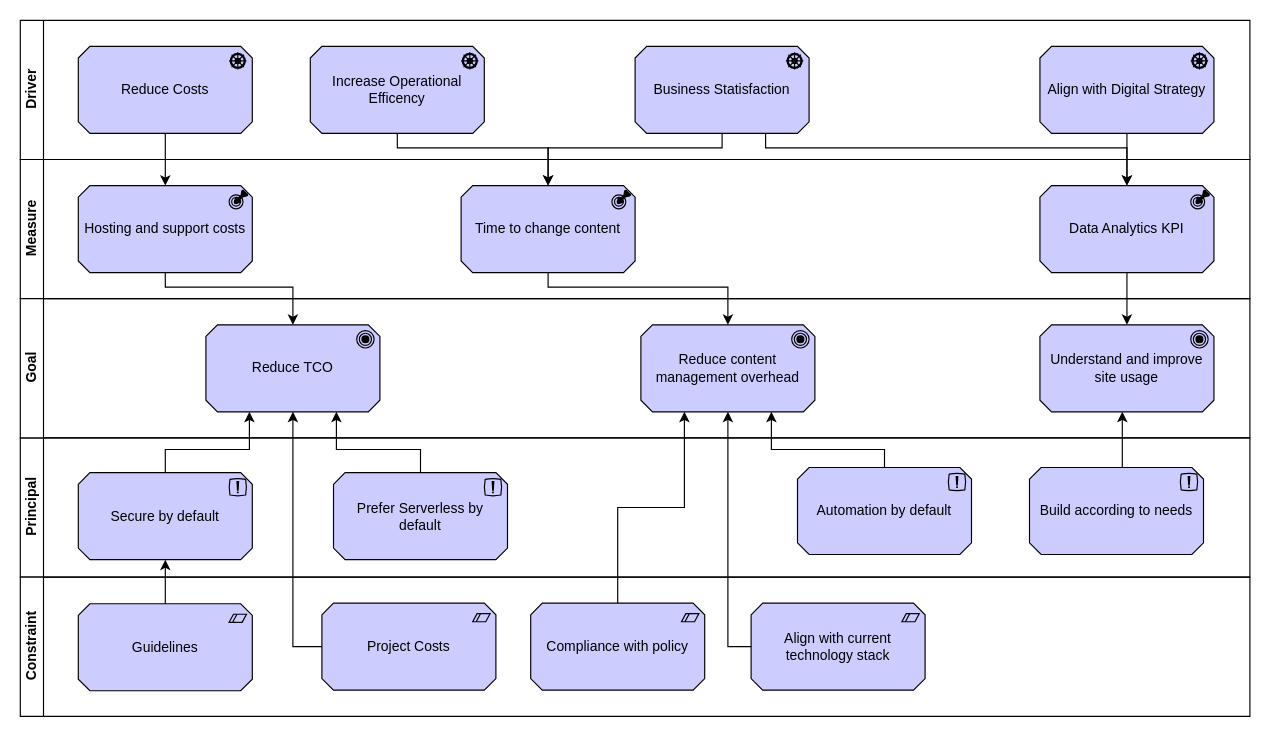
The draw.io diagram page "Goals and Drivers" (1 of 21) of documentation/architecture/FBIT-Diagrams.drawio in DFE-Digital/education-benchmarking-and-insights, before the edit. Source tidied: cells renumbered, new cells numbered last; positions are measured from the earlier drawing's top-left corner, leaving out a move shared by most shapes. Both pictures are drawn from the tidied source at 116%, with x=0, y=0 at pixel (20, 20).
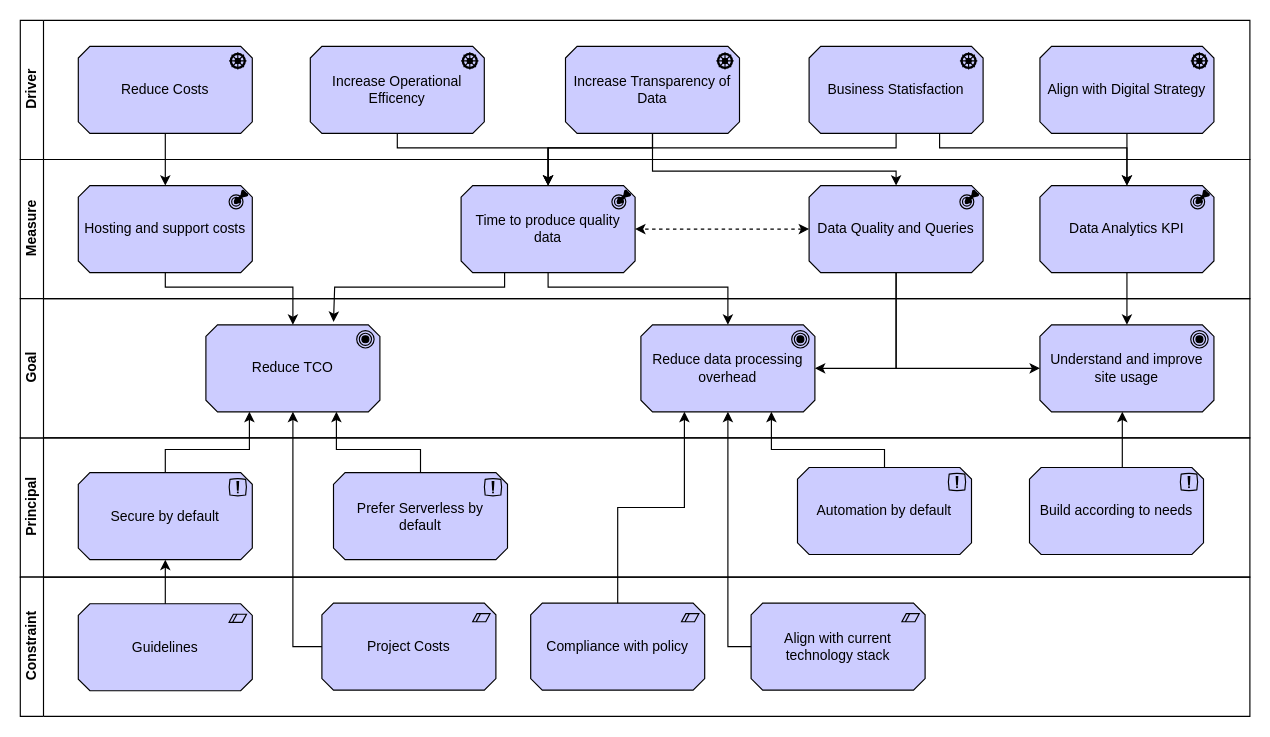
Above is the later version.

Unchanged cells that the change refers to:
```xml
<mxCell id="12" value="Measure" style="swimlane;html=1;startSize=20;horizontal=0;" parent="1" vertex="1">
  <mxGeometry y="120" width="1060" height="120" as="geometry" />
</mxCell>
<mxCell id="16" value="Goal" style="swimlane;html=1;startSize=20;horizontal=0;" parent="1" vertex="1">
  <mxGeometry y="240" width="1060" height="120" as="geometry" />
</mxCell>
<mxCell id="19" value="Understand and improve site usage" style="html=1;outlineConnect=0;whiteSpace=wrap;fillColor=#CCCCFF;shape=mxgraph.archimate3.application;appType=goal;archiType=oct;" parent="16" vertex="1">
  <mxGeometry x="879" y="22.5" width="150" height="75" as="geometry" />
</mxCell>
<mxCell id="20" value="Driver" style="swimlane;html=1;startSize=20;horizontal=0;" parent="1" vertex="1">
  <mxGeometry width="1060" height="120" as="geometry" />
</mxCell>
```

What changed in the source:
```diff
@@
+    <mxCell id="41" style="edgeStyle=orthogonalEdgeStyle;rounded=0;jettySize=auto;html=1;exitX=0.25;exitY=1;exitDx=0;exitDy=0;exitPerimeter=0;" parent="12" edge="1" source="13">
+      <mxGeometry relative="1" as="geometry">
+        <mxPoint x="270" y="140" as="targetPoint" />
+        <Array as="points">
+          <mxPoint x="418" y="110" />
+          <mxPoint x="271" y="110" />
+        </Array>
+      </mxGeometry>
+    </mxCell>
-    <mxCell id="13" value="Time to change content" style="html=1;outlineConnect=0;whiteSpace=wrap;fillColor=#CCCCFF;shape=mxgraph.archimate3.application;appType=outcome;archiType=oct;" parent="12" vertex="1">
+    <mxCell id="13" value="Time to produce quality data" style="html=1;outlineConnect=0;whiteSpace=wrap;fillColor=#CCCCFF;shape=mxgraph.archimate3.application;appType=outcome;archiType=oct;" parent="12" vertex="1">
       <mxGeometry x="380" y="22.5" width="150" height="75" as="geometry" />
     </mxCell>
@@
+    <mxCell id="42" value="Data Quality and Queries" style="html=1;outlineConnect=0;whiteSpace=wrap;fillColor=#CCCCFF;shape=mxgraph.archimate3.application;appType=outcome;archiType=oct;" parent="12" vertex="1">
+      <mxGeometry x="680" y="22.5" width="150" height="75" as="geometry" />
+    </mxCell>
+    <mxCell id="43" style="edgeStyle=orthogonalEdgeStyle;rounded=0;jettySize=auto;html=1;exitX=0;exitY=0.5;exitDx=0;exitDy=0;exitPerimeter=0;entryX=1;entryY=0.5;entryDx=0;entryDy=0;entryPerimeter=0;startArrow=classic;startFill=1;dashed=1;" parent="12" edge="1" source="42" target="13">
+      <mxGeometry relative="1" as="geometry" />
+    </mxCell>
@@
-    <mxCell id="18" value="Reduce content management overhead" style="html=1;outlineConnect=0;whiteSpace=wrap;fillColor=#CCCCFF;shape=mxgraph.archimate3.application;appType=goal;archiType=oct;" parent="16" vertex="1">
+    <mxCell id="18" value="Reduce data processing overhead" style="html=1;outlineConnect=0;whiteSpace=wrap;fillColor=#CCCCFF;shape=mxgraph.archimate3.application;appType=goal;archiType=oct;" parent="16" vertex="1">
       <mxGeometry x="535" y="22.5" width="150" height="75" as="geometry" />
     </mxCell>
@@
     <mxCell id="23" value="Business Statisfaction" style="html=1;outlineConnect=0;whiteSpace=wrap;fillColor=#CCCCFF;shape=mxgraph.archimate3.application;appType=driver;archiType=oct;" parent="20" vertex="1">
-      <mxGeometry x="530" y="22.5" width="150" height="75" as="geometry" />
+      <mxGeometry x="680" y="22.5" width="150" height="75" as="geometry" />
     </mxCell>
@@
+    <mxCell id="44" value="Increase Transparency of Data" style="html=1;outlineConnect=0;whiteSpace=wrap;fillColor=#CCCCFF;shape=mxgraph.archimate3.application;appType=driver;archiType=oct;" parent="20" vertex="1">
+      <mxGeometry x="470" y="22.5" width="150" height="75" as="geometry" />
+    </mxCell>
@@
+    <mxCell id="45" style="edgeStyle=orthogonalEdgeStyle;rounded=0;jettySize=auto;html=1;exitX=0.5;exitY=1;exitDx=0;exitDy=0;exitPerimeter=0;entryX=0.5;entryY=0;entryDx=0;entryDy=0;entryPerimeter=0;" parent="1" edge="1" source="44" target="13">
+      <mxGeometry relative="1" as="geometry">
+        <Array as="points">
+          <mxPoint x="545" y="110" />
+          <mxPoint x="455" y="110" />
+        </Array>
+      </mxGeometry>
+    </mxCell>
+    <mxCell id="46" style="edgeStyle=orthogonalEdgeStyle;rounded=0;jettySize=auto;html=1;exitX=0.5;exitY=1;exitDx=0;exitDy=0;exitPerimeter=0;entryX=0.5;entryY=0;entryDx=0;entryDy=0;entryPerimeter=0;" parent="1" edge="1" source="44" target="42">
+      <mxGeometry relative="1" as="geometry">
+        <Array as="points">
+          <mxPoint x="545" y="130" />
+          <mxPoint x="755" y="130" />
+        </Array>
+      </mxGeometry>
+    </mxCell>
+    <mxCell id="47" style="edgeStyle=orthogonalEdgeStyle;rounded=0;jettySize=auto;html=1;exitX=0.5;exitY=1;exitDx=0;exitDy=0;exitPerimeter=0;entryX=1;entryY=0.5;entryDx=0;entryDy=0;entryPerimeter=0;" parent="1" edge="1" source="42" target="18">
+      <mxGeometry relative="1" as="geometry" />
+    </mxCell>
+    <mxCell id="48" style="edgeStyle=orthogonalEdgeStyle;rounded=0;jettySize=auto;html=1;exitX=0.5;exitY=1;exitDx=0;exitDy=0;exitPerimeter=0;entryX=0;entryY=0.5;entryDx=0;entryDy=0;entryPerimeter=0;" parent="1" edge="1" source="42" target="19">
+      <mxGeometry relative="1" as="geometry" />
+    </mxCell>
```
